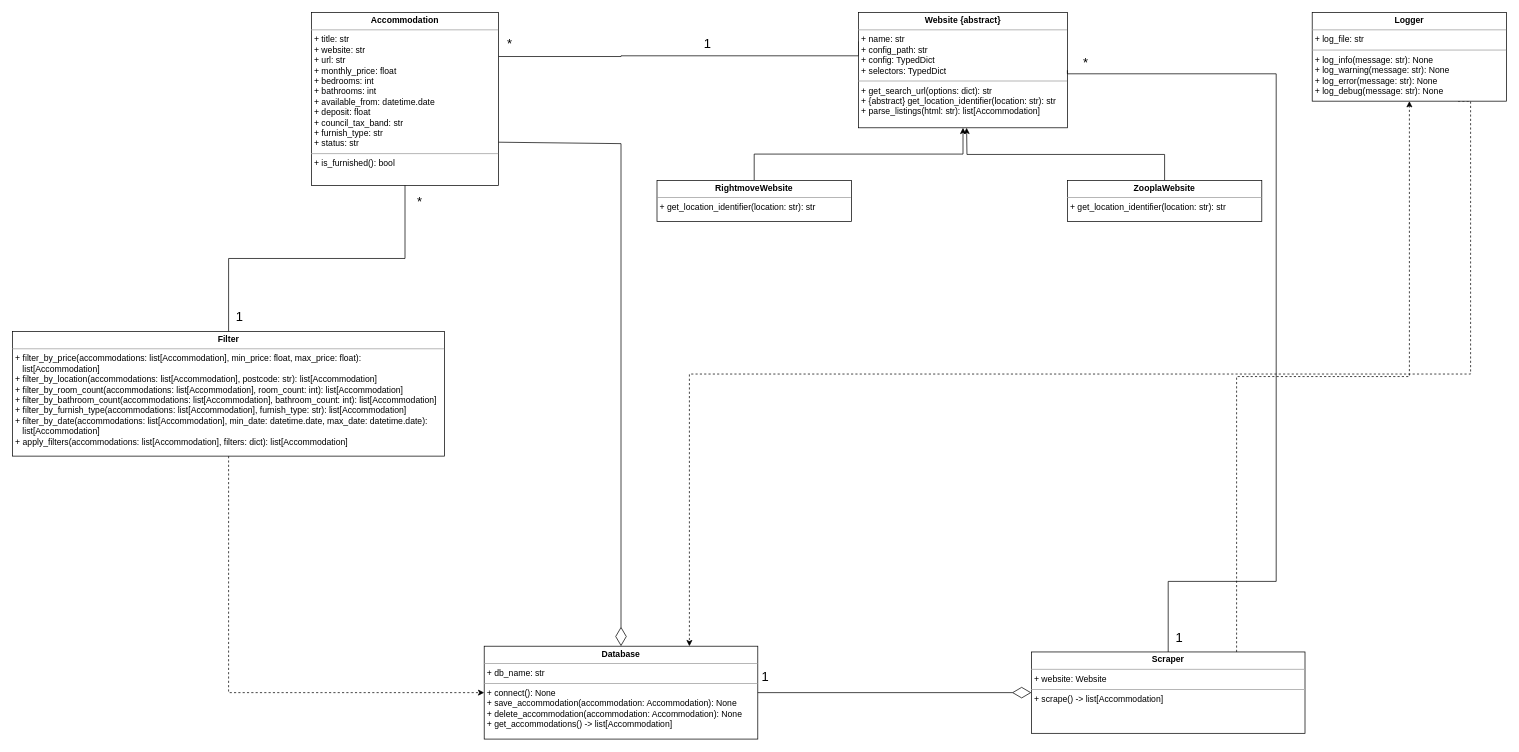
Above: UML Diagram.drawio in Adam-Calleja/rightmove_web_scraper (draw.io), before the change. Source tidied: cells renumbered, new cells numbered last; positions are measured from the earlier drawing's top-left corner, leaving out a move shared by most shapes. Both pictures are drawn from the tidied source at 72%, with x=0, y=0 at pixel (12, 12).
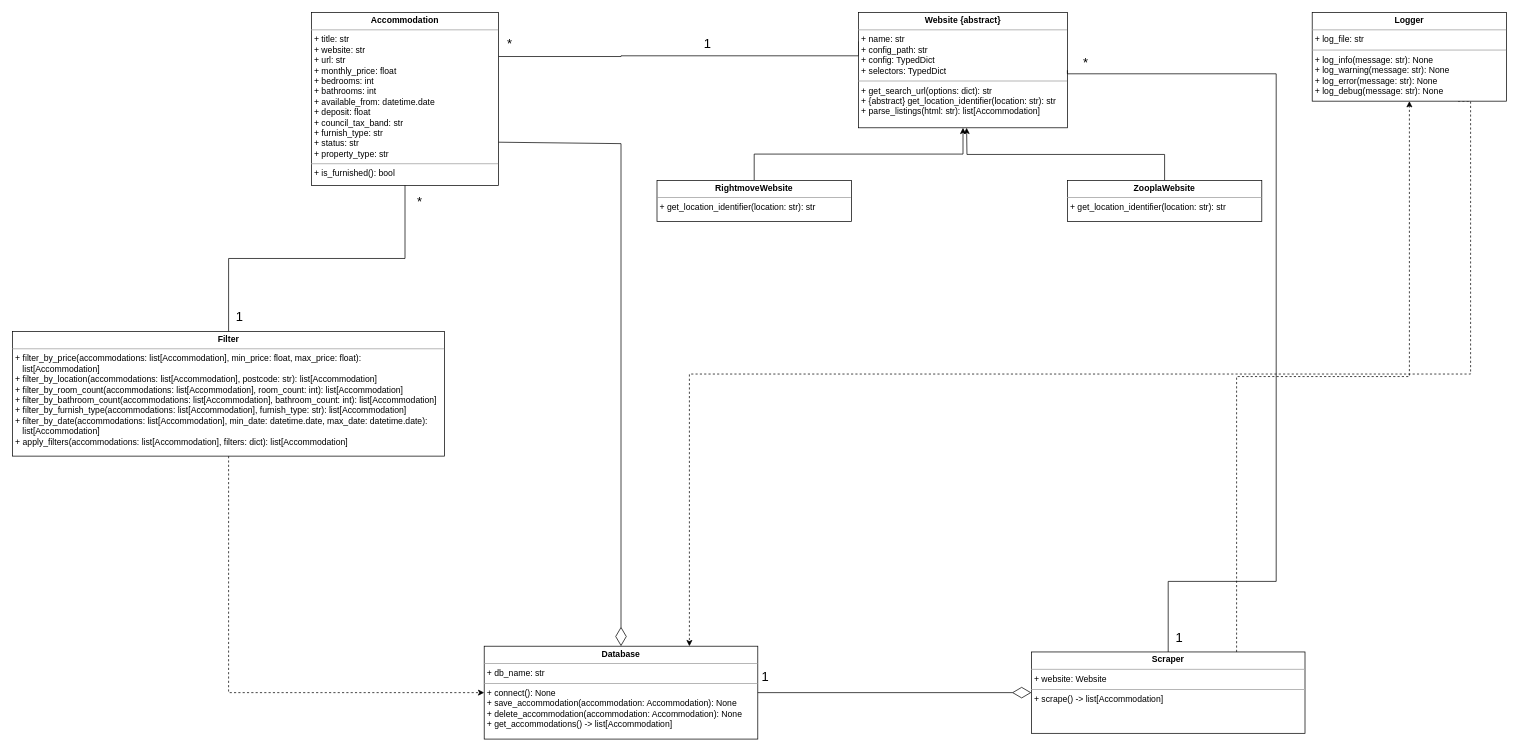
The same page after the edit.

Commit message:
Add 'property_type' attribute to Accommodation

What changed in the source:
```diff
@@
-    <mxCell id="3" value="&lt;p style=&quot;margin:0px;margin-top:4px;text-align:center;&quot;&gt;&lt;b&gt;Accommodation&lt;/b&gt;&lt;/p&gt;&lt;hr size=&quot;1&quot;&gt;&lt;p style=&quot;margin:0px;margin-left:4px;&quot;&gt;+ title: str&lt;/p&gt;&lt;p style=&quot;margin:0px;margin-left:4px;&quot;&gt;+ website: str&lt;/p&gt;&lt;p style=&quot;margin:0px;margin-left:4px;&quot;&gt;+ url: str&lt;/p&gt;&lt;p style=&quot;margin:0px;margin-left:4px;&quot;&gt;+ monthly_price: float&lt;br&gt;&lt;/p&gt;&lt;p style=&quot;margin:0px;margin-left:4px;&quot;&gt;+ bedrooms: int&lt;/p&gt;&lt;p style=&quot;margin:0px;margin-left:4px;&quot;&gt;+ bathrooms: int&lt;/p&gt;&lt;p style=&quot;margin:0px;margin-left:4px;&quot;&gt;+ available_from: datetime.date&lt;/p&gt;&lt;p style=&quot;margin:0px;margin-left:4px;&quot;&gt;+ deposit: float&lt;/p&gt;&lt;p style=&quot;margin:0px;margin-left:4px;&quot;&gt;+ council_tax_band: str&lt;/p&gt;&lt;p style=&quot;margin:0px;margin-left:4px;&quot;&gt;+ furnish_type: str&lt;/p&gt;&lt;p style=&quot;margin:0px;margin-left:4px;&quot;&gt;+ status: str&lt;/p&gt;&lt;hr size=&quot;1&quot;&gt;&lt;p style=&quot;margin:0px;margin-left:4px;&quot;&gt;&lt;span style=&quot;background-color: transparent; color: light-dark(rgb(0, 0, 0), rgb(255, 255, 255));&quot;&gt;+ is_furnished(): bool&lt;/span&gt;&lt;/p&gt;" style="verticalAlign=top;align=left;overflow=fill;fontSize=12;fontFamily=Helvetica;html=1;rounded=0;shadow=0;comic=0;labelBackgroundColor=none;strokeWidth=1;" parent="1" vertex="1">
+    <mxCell id="3" value="&lt;p style=&quot;margin:0px;margin-top:4px;text-align:center;&quot;&gt;&lt;b&gt;Accommodation&lt;/b&gt;&lt;/p&gt;&lt;hr size=&quot;1&quot;&gt;&lt;p style=&quot;margin:0px;margin-left:4px;&quot;&gt;+ title: str&lt;/p&gt;&lt;p style=&quot;margin:0px;margin-left:4px;&quot;&gt;+ website: str&lt;/p&gt;&lt;p style=&quot;margin:0px;margin-left:4px;&quot;&gt;+ url: str&lt;/p&gt;&lt;p style=&quot;margin:0px;margin-left:4px;&quot;&gt;+ monthly_price: float&lt;br&gt;&lt;/p&gt;&lt;p style=&quot;margin:0px;margin-left:4px;&quot;&gt;+ bedrooms: int&lt;/p&gt;&lt;p style=&quot;margin:0px;margin-left:4px;&quot;&gt;+ bathrooms: int&lt;/p&gt;&lt;p style=&quot;margin:0px;margin-left:4px;&quot;&gt;+ available_from: datetime.date&lt;/p&gt;&lt;p style=&quot;margin:0px;margin-left:4px;&quot;&gt;+ deposit: float&lt;/p&gt;&lt;p style=&quot;margin:0px;margin-left:4px;&quot;&gt;+ council_tax_band: str&lt;/p&gt;&lt;p style=&quot;margin:0px;margin-left:4px;&quot;&gt;+ furnish_type: str&lt;/p&gt;&lt;p style=&quot;margin:0px;margin-left:4px;&quot;&gt;+ status: str&lt;/p&gt;&lt;p style=&quot;margin:0px;margin-left:4px;&quot;&gt;+ property_type: str&lt;/p&gt;&lt;hr size=&quot;1&quot;&gt;&lt;p style=&quot;margin:0px;margin-left:4px;&quot;&gt;&lt;span style=&quot;background-color: transparent; color: light-dark(rgb(0, 0, 0), rgb(255, 255, 255));&quot;&gt;+ is_furnished(): bool&lt;/span&gt;&lt;/p&gt;" style="verticalAlign=top;align=left;overflow=fill;fontSize=12;fontFamily=Helvetica;html=1;rounded=0;shadow=0;comic=0;labelBackgroundColor=none;strokeWidth=1;" parent="1" vertex="1">
       <mxGeometry x="415" width="260" height="240" as="geometry" />
     </mxCell>
```
